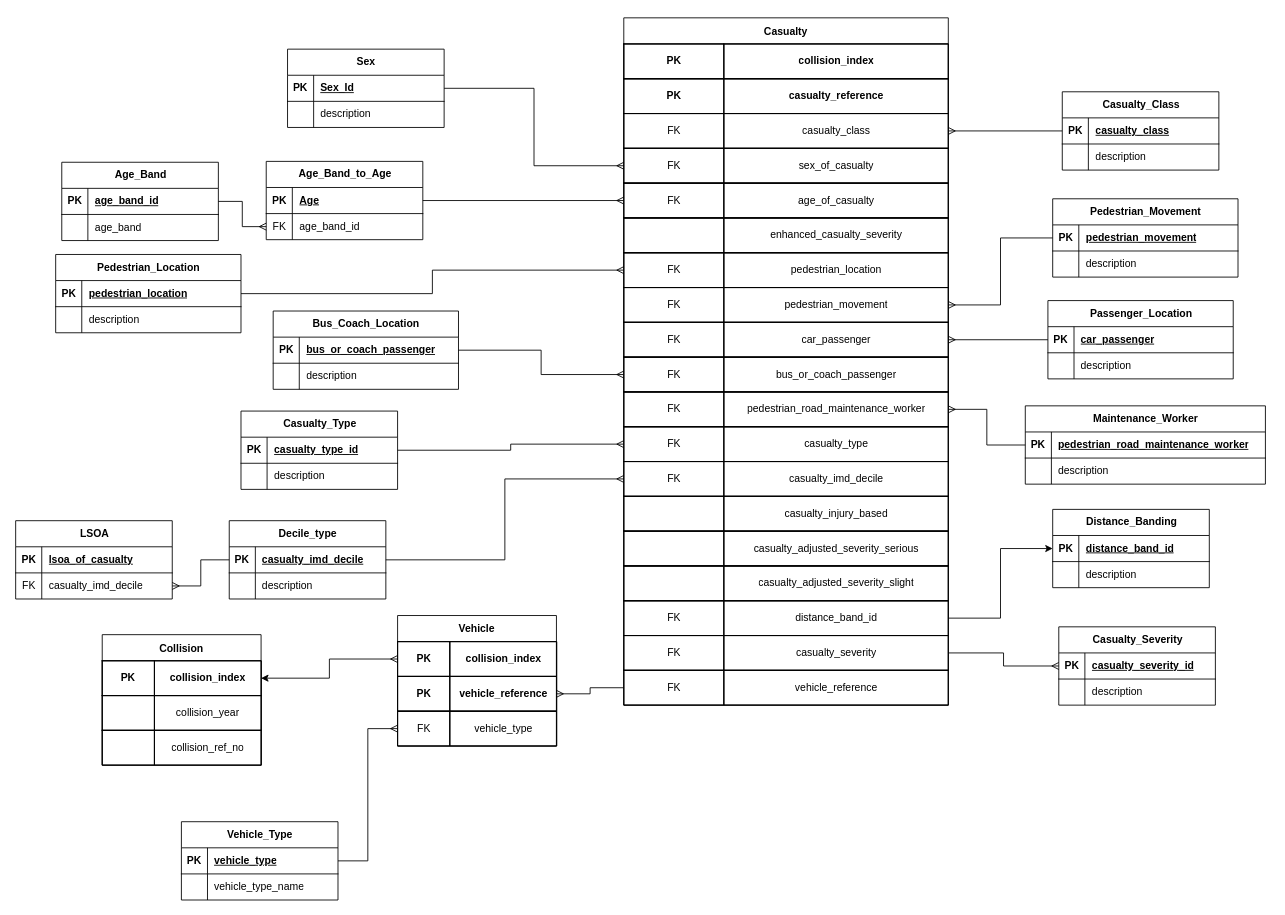
The draw.io diagram COM00148M_Big_Data_Analytics/summative_assignment/erd.drawio in Ttibsi/msc_cs_ai, before the edit. Source tidied: cells renumbered, new cells numbered last; positions are measured from the earlier drawing's top-left corner, leaving out a move shared by most shapes. Both pictures are drawn from the tidied source at 87%, with x=0, y=0 at pixel (15, 17).
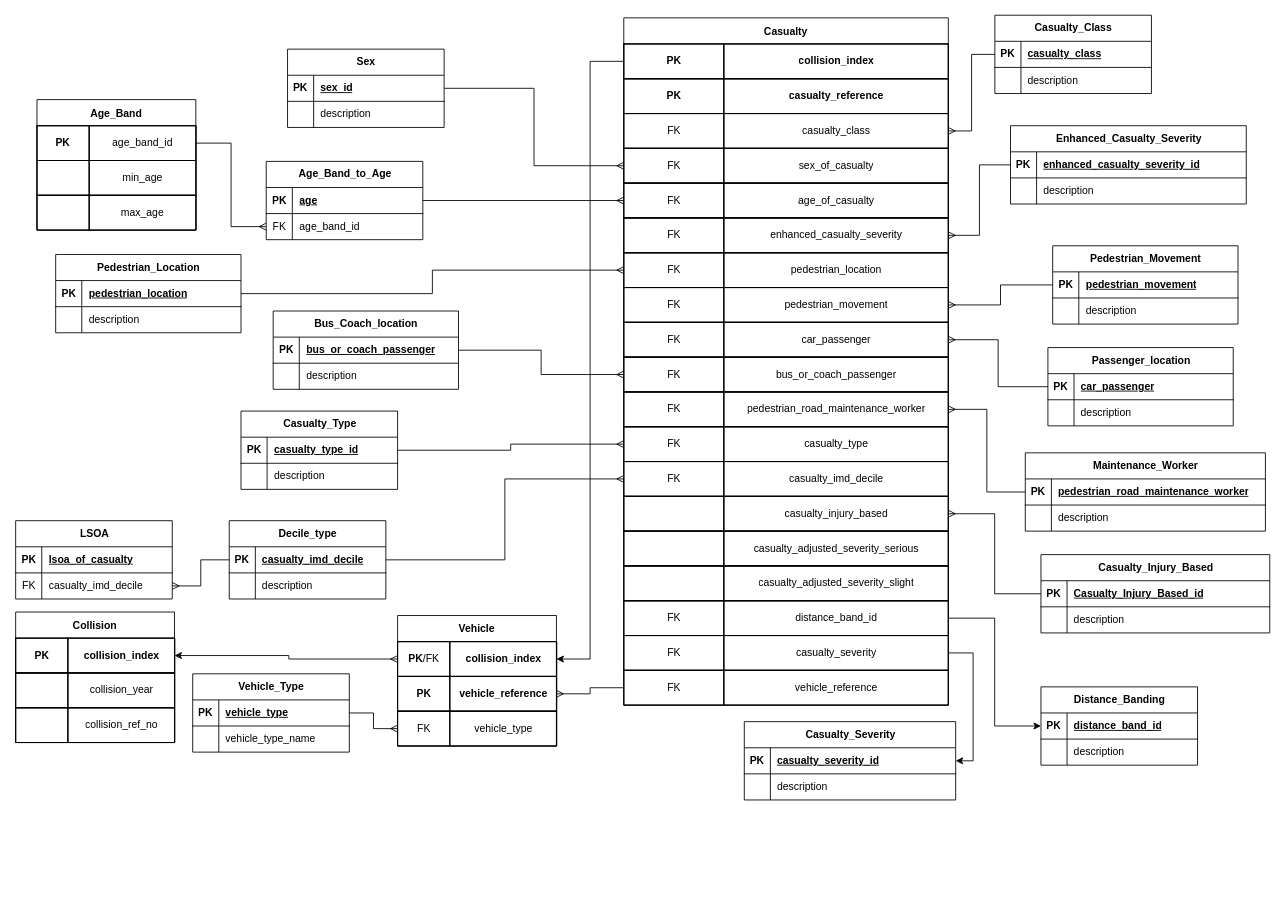
The same diagram, later.

Unchanged cells that the change refers to:
```xml
<mxCell id="88" style="shape=tableRow;horizontal=0;startSize=0;swimlaneHead=0;swimlaneBody=0;fillColor=none;points=[[0,0.5],[1,0.5]];portConstraint=eastwest;top=0;left=0;right=0;bottom=1;" parent="87" vertex="1">
  <mxGeometry y="30" width="180" height="30" as="geometry" />
</mxCell>
<mxCell id="91" style="shape=tableRow;horizontal=0;startSize=0;swimlaneHead=0;swimlaneBody=0;fillColor=none;points=[[0,0.5],[1,0.5]];portConstraint=eastwest;top=0;left=0;right=0;bottom=0;" parent="87" vertex="1">
  <mxGeometry y="60" width="180" height="30" as="geometry" />
</mxCell>
<mxCell id="102" style="shape=tableRow;horizontal=0;startSize=0;swimlaneHead=0;swimlaneBody=0;strokeColor=inherit;fillColor=none;points=[[0,0.5],[1,0.5]];portConstraint=eastwest;fixedHeader=1;" parent="101" vertex="1">
  <mxGeometry y="30" width="182.6" height="40" as="geometry" />
</mxCell>
<mxCell id="113" style="shape=tableRow;horizontal=0;startSize=0;swimlaneHead=0;swimlaneBody=0;strokeColor=inherit;fillColor=none;points=[[0,0.5],[1,0.5]];portConstraint=eastwest;fixedHeader=1;" parent="112" vertex="1">
  <mxGeometry y="30" width="182.6" height="40" as="geometry" />
</mxCell>
<mxCell id="123" style="shape=tableRow;horizontal=0;startSize=0;swimlaneHead=0;swimlaneBody=0;strokeColor=inherit;fillColor=none;points=[[0,0.5],[1,0.5]];portConstraint=eastwest;fixedHeader=1;" parent="122" vertex="1">
  <mxGeometry y="30" width="373" height="40" as="geometry" />
</mxCell>
<mxCell id="138" style="shape=tableRow;horizontal=0;startSize=0;swimlaneHead=0;swimlaneBody=0;strokeColor=inherit;fillColor=none;points=[[0,0.5],[1,0.5]];portConstraint=eastwest;fixedHeader=1;" parent="122" vertex="1">
  <mxGeometry y="230" width="373" height="40" as="geometry" />
</mxCell>
<mxCell id="162" style="shape=tableRow;horizontal=0;startSize=0;swimlaneHead=0;swimlaneBody=0;strokeColor=inherit;fillColor=none;points=[[0,0.5],[1,0.5]];portConstraint=eastwest;fixedHeader=1;" parent="122" vertex="1">
  <mxGeometry y="550" width="373" height="40" as="geometry" />
</mxCell>
<mxCell id="174" style="shape=tableRow;horizontal=0;startSize=0;swimlaneHead=0;swimlaneBody=0;strokeColor=inherit;fillColor=none;points=[[0,0.5],[1,0.5]];portConstraint=eastwest;fixedHeader=1;" parent="122" vertex="1">
  <mxGeometry y="710" width="373" height="40" as="geometry" />
</mxCell>
<mxCell id="181" style="shape=tableRow;horizontal=0;startSize=0;swimlaneHead=0;swimlaneBody=0;fillColor=none;points=[[0,0.5],[1,0.5]];portConstraint=eastwest;top=0;left=0;right=0;bottom=1;" parent="180" vertex="1">
  <mxGeometry y="30" width="180" height="30" as="geometry" />
</mxCell>
```

Diff of the diagram source:
```diff
@@
     <mxCell id="9" value="Distance_Banding" style="shape=table;startSize=30;childLayout=tableLayout;rowLines=0;fontStyle=1;align=center;html=1;" parent="1" vertex="1">
-      <mxGeometry x="1192.5" y="565" width="180" height="90" as="geometry" />
+      <mxGeometry x="1179" y="769" width="180" height="90" as="geometry" />
     </mxCell>
@@
     <mxCell id="24" value="&lt;div&gt;Casualty_Class&lt;/div&gt;" style="shape=table;startSize=30;childLayout=tableLayout;rowLines=0;fontStyle=1;align=center;html=1;" parent="1" vertex="1">
-      <mxGeometry x="1203.5" y="85" width="180" height="90" as="geometry" />
+      <mxGeometry x="1126" y="-3" width="180" height="90" as="geometry" />
     </mxCell>
@@
     <mxCell id="31" value="&lt;div&gt;Casualty_Severity&lt;/div&gt;" style="shape=table;startSize=30;childLayout=tableLayout;rowLines=0;fontStyle=1;align=center;html=1;" parent="1" vertex="1">
-      <mxGeometry x="1199.5" y="700" width="180" height="90" as="geometry" />
+      <mxGeometry x="838" y="809" width="243" height="90" as="geometry" />
     </mxCell>
     <mxCell id="32" style="shape=tableRow;horizontal=0;startSize=0;swimlaneHead=0;swimlaneBody=0;fillColor=none;points=[[0,0.5],[1,0.5]];portConstraint=eastwest;top=0;left=0;right=0;bottom=1;" parent="31" vertex="1">
-      <mxGeometry y="30" width="180" height="30" as="geometry" />
+      <mxGeometry y="30" width="243" height="30" as="geometry" />
     </mxCell>
@@
     <mxCell id="34" value="casualty_severity_id" style="shape=partialRectangle;fillColor=none;top=0;left=0;bottom=0;right=0;align=left;spacingLeft=6;fontStyle=5;overflow=hidden;whiteSpace=wrap;html=1;" parent="32" vertex="1">
-      <mxGeometry x="30" width="150" height="30" as="geometry" />
+      <mxGeometry x="30" width="213" height="30" as="geometry" />
     </mxCell>
     <mxCell id="35" style="shape=tableRow;horizontal=0;startSize=0;swimlaneHead=0;swimlaneBody=0;fillColor=none;top=0;left=0;right=0;bottom=0;" parent="31" vertex="1">
-      <mxGeometry y="60" width="180" height="30" as="geometry" />
+      <mxGeometry y="60" width="243" height="30" as="geometry" />
     </mxCell>
@@
     <mxCell id="37" value="description" style="shape=partialRectangle;fillColor=none;top=0;left=0;bottom=0;right=0;align=left;spacingLeft=6;overflow=hidden;whiteSpace=wrap;html=1;" parent="35" vertex="1">
-      <mxGeometry x="30" width="150" height="30" as="geometry" />
+      <mxGeometry x="30" width="213" height="30" as="geometry" />
     </mxCell>
@@
     <mxCell id="45" value="&lt;div&gt;Maintenance_Worker&lt;/div&gt;" style="shape=table;startSize=30;childLayout=tableLayout;rowLines=0;fontStyle=1;align=center;html=1;" parent="1" vertex="1">
-      <mxGeometry x="1161" y="446" width="276" height="90" as="geometry" />
+      <mxGeometry x="1161" y="500" width="276" height="90" as="geometry" />
     </mxCell>
@@
-    <mxCell id="52" value="Bus_Coach_Location" style="shape=table;startSize=30;childLayout=tableLayout;rowLines=0;fontStyle=1;align=center;html=1;" parent="1" vertex="1">
+    <mxCell id="52" value="Bus_Coach_location" style="shape=table;startSize=30;childLayout=tableLayout;rowLines=0;fontStyle=1;align=center;html=1;" parent="1" vertex="1">
       <mxGeometry x="296.5" y="337" width="213" height="90" as="geometry" />
     </mxCell>
@@
-    <mxCell id="59" value="Passenger_Location" style="shape=table;startSize=30;childLayout=tableLayout;rowLines=0;fontStyle=1;align=center;html=1;" parent="1" vertex="1">
-      <mxGeometry x="1187" y="325" width="213" height="90" as="geometry" />
+    <mxCell id="59" value="Passenger_location" style="shape=table;startSize=30;childLayout=tableLayout;rowLines=0;fontStyle=1;align=center;html=1;" parent="1" vertex="1">
+      <mxGeometry x="1187" y="379" width="213" height="90" as="geometry" />
     </mxCell>
@@
     <mxCell id="66" value="Pedestrian_Movement" style="shape=table;startSize=30;childLayout=tableLayout;rowLines=0;fontStyle=1;align=center;html=1;" parent="1" vertex="1">
-      <mxGeometry x="1192.5" y="208" width="213" height="90" as="geometry" />
+      <mxGeometry x="1192.5" y="262" width="213" height="90" as="geometry" />
     </mxCell>
@@
-    <mxCell id="80" value="Age_Band" style="shape=table;startSize=30;childLayout=tableLayout;rowLines=0;fontStyle=1;align=center;html=1;" parent="1" vertex="1">
-      <mxGeometry x="53.5" y="166" width="180" height="90" as="geometry" />
-    </mxCell>
-    <mxCell id="81" style="shape=tableRow;horizontal=0;startSize=0;swimlaneHead=0;swimlaneBody=0;fillColor=none;points=[[0,0.5],[1,0.5]];portConstraint=eastwest;top=0;left=0;right=0;bottom=1;" parent="80" vertex="1">
-      <mxGeometry y="30" width="180" height="30" as="geometry" />
-    </mxCell>
-    <mxCell id="82" value="PK" style="shape=partialRectangle;fillColor=none;top=0;left=0;bottom=0;right=0;fontStyle=1;overflow=hidden;whiteSpace=wrap;html=1;" parent="81" vertex="1">
-      <mxGeometry width="30" height="30" as="geometry" />
-    </mxCell>
-    <mxCell id="83" value="age_band_id" style="shape=partialRectangle;fillColor=none;top=0;left=0;bottom=0;right=0;align=left;spacingLeft=6;fontStyle=5;overflow=hidden;whiteSpace=wrap;html=1;" parent="81" vertex="1">
-      <mxGeometry x="30" width="150" height="30" as="geometry" />
-    </mxCell>
-    <mxCell id="84" style="shape=tableRow;horizontal=0;startSize=0;swimlaneHead=0;swimlaneBody=0;fillColor=none;top=0;left=0;right=0;bottom=0;" parent="80" vertex="1">
-      <mxGeometry y="60" width="180" height="30" as="geometry" />
-    </mxCell>
-    <mxCell id="85" style="shape=partialRectangle;fillColor=none;top=0;left=0;bottom=0;right=0;overflow=hidden;whiteSpace=wrap;html=1;" parent="84" vertex="1">
-      <mxGeometry width="30" height="30" as="geometry" />
-    </mxCell>
-    <mxCell id="86" value="age_band" style="shape=partialRectangle;fillColor=none;top=0;left=0;bottom=0;right=0;align=left;spacingLeft=6;overflow=hidden;whiteSpace=wrap;html=1;" parent="84" vertex="1">
-      <mxGeometry x="30" width="150" height="30" as="geometry" />
-    </mxCell>
@@
-    <mxCell id="90" value="Age" style="shape=partialRectangle;fillColor=none;top=0;left=0;bottom=0;right=0;align=left;spacingLeft=6;fontStyle=5;overflow=hidden;whiteSpace=wrap;html=1;" parent="88" vertex="1">
+    <mxCell id="90" value="&lt;div&gt;age&lt;/div&gt;" style="shape=partialRectangle;fillColor=none;top=0;left=0;bottom=0;right=0;align=left;spacingLeft=6;fontStyle=5;overflow=hidden;whiteSpace=wrap;html=1;" parent="88" vertex="1">
       <mxGeometry x="30" width="150" height="30" as="geometry" />
     </mxCell>
@@
     <mxCell id="94" value="Vehicle_Type" style="shape=table;startSize=30;childLayout=tableLayout;rowLines=0;fontStyle=1;align=center;html=1;" parent="1" vertex="1">
-      <mxGeometry x="191" y="924" width="180" height="90" as="geometry" />
+      <mxGeometry x="204" y="754" width="180" height="90" as="geometry" />
     </mxCell>
@@
-    <mxCell id="103" value="&lt;b&gt;PK&lt;/b&gt;" style="shape=partialRectangle;html=1;whiteSpace=wrap;strokeColor=inherit;overflow=hidden;fillColor=none;" parent="102" vertex="1">
+    <mxCell id="103" value="&lt;b&gt;PK&lt;/b&gt;/FK" style="shape=partialRectangle;html=1;whiteSpace=wrap;strokeColor=inherit;overflow=hidden;fillColor=none;" parent="102" vertex="1">
       <mxGeometry width="60" height="40" as="geometry" />
     </mxCell>
@@
     <mxCell id="112" value="Collision" style="shape=table;startSize=30;childLayout=tableLayout;fixedHeader=1;tableRender=collapsed;fontStyle=1;" parent="1" vertex="1">
-      <mxGeometry x="100" y="709" width="182.6" height="150" as="geometry" />
+      <mxGeometry x="0.5" y="683" width="182.6" height="150" as="geometry" />
     </mxCell>
@@
-    <mxCell id="139" style="shape=partialRectangle;html=1;whiteSpace=wrap;strokeColor=inherit;overflow=hidden;fillColor=none;" parent="138" vertex="1">
+    <mxCell id="139" value="FK" style="shape=partialRectangle;html=1;whiteSpace=wrap;strokeColor=inherit;overflow=hidden;fillColor=none;" parent="138" vertex="1">
       <mxGeometry width="115" height="40" as="geometry" />
     </mxCell>
@@
-    <mxCell id="183" value="Sex_Id" style="shape=partialRectangle;fillColor=none;top=0;left=0;bottom=0;right=0;align=left;spacingLeft=6;fontStyle=5;overflow=hidden;whiteSpace=wrap;html=1;" parent="181" vertex="1">
+    <mxCell id="183" value="sex_id" style="shape=partialRectangle;fillColor=none;top=0;left=0;bottom=0;right=0;align=left;spacingLeft=6;fontStyle=5;overflow=hidden;whiteSpace=wrap;html=1;" parent="181" vertex="1">
       <mxGeometry x="30" width="150" height="30" as="geometry" />
     </mxCell>
@@
-    <mxCell id="189" style="edgeStyle=orthogonalEdgeStyle;rounded=0;jettySize=auto;html=1;exitX=0;exitY=0.5;exitDx=0;exitDy=0;entryX=1;entryY=0.5;entryDx=0;entryDy=0;defaultLabelBackgroundColor=page;endArrow=none;endFill=0;startArrow=ERmany;startFill=0;" parent="1" edge="1" source="91" target="81">
-      <mxGeometry relative="1" as="geometry" />
-    </mxCell>
@@
-    <mxCell id="199" style="edgeStyle=orthogonalEdgeStyle;rounded=0;jettySize=auto;html=1;exitX=1;exitY=0.5;exitDx=0;exitDy=0;entryX=0;entryY=0.5;entryDx=0;entryDy=0;defaultLabelBackgroundColor=page;endArrow=ERmany;endFill=0;" parent="1" edge="1" source="174" target="32">
-      <mxGeometry relative="1" as="geometry" />
-    </mxCell>
     <mxCell id="200" style="edgeStyle=orthogonalEdgeStyle;rounded=0;jettySize=auto;html=1;exitX=1;exitY=0.5;exitDx=0;exitDy=0;entryX=0;entryY=0.5;entryDx=0;entryDy=0;defaultLabelBackgroundColor=page;startArrow=classic;startFill=1;endArrow=ERmany;endFill=0;" parent="1" edge="1" source="113" target="102">
-      <mxGeometry relative="1" as="geometry" />
+      <mxGeometry relative="1" as="geometry">
+        <Array as="points">
+          <mxPoint x="314.5" y="733" />
+          <mxPoint x="314.5" y="737" />
+        </Array>
+      </mxGeometry>
     </mxCell>
@@
+    <mxCell id="80" value="Age_Band" style="shape=table;startSize=30;childLayout=tableLayout;fixedHeader=1;tableRender=collapsed;fontStyle=1;" parent="1" vertex="1">
+      <mxGeometry x="25" y="94" width="182.6" height="150" as="geometry" />
+    </mxCell>
+    <mxCell id="202" style="shape=tableRow;horizontal=0;startSize=0;swimlaneHead=0;swimlaneBody=0;strokeColor=inherit;fillColor=none;points=[[0,0.5],[1,0.5]];portConstraint=eastwest;fixedHeader=1;" parent="80" vertex="1">
+      <mxGeometry y="30" width="182.6" height="40" as="geometry" />
+    </mxCell>
+    <mxCell id="203" value="&lt;b&gt;PK&lt;/b&gt;" style="shape=partialRectangle;html=1;whiteSpace=wrap;strokeColor=inherit;overflow=hidden;fillColor=none;" parent="202" vertex="1">
+      <mxGeometry width="60" height="40" as="geometry" />
+    </mxCell>
+    <mxCell id="83" value="age_band_id" style="shape=partialRectangle;html=1;whiteSpace=wrap;strokeColor=inherit;overflow=hidden;fillColor=none;" parent="202" vertex="1">
+      <mxGeometry x="60" width="123" height="40" as="geometry" />
+    </mxCell>
+    <mxCell id="204" style="shape=tableRow;horizontal=0;startSize=0;swimlaneHead=0;swimlaneBody=0;strokeColor=inherit;fillColor=none;fixedHeader=1;" parent="80" vertex="1">
+      <mxGeometry y="70" width="182.6" height="40" as="geometry" />
+    </mxCell>
+    <mxCell id="205" style="shape=partialRectangle;html=1;whiteSpace=wrap;strokeColor=inherit;overflow=hidden;fillColor=none;" parent="204" vertex="1">
+      <mxGeometry width="60" height="40" as="geometry" />
+    </mxCell>
+    <mxCell id="206" value="min_age" style="shape=partialRectangle;html=1;whiteSpace=wrap;strokeColor=inherit;overflow=hidden;fillColor=none;" parent="204" vertex="1">
+      <mxGeometry x="60" width="123" height="40" as="geometry" />
+    </mxCell>
+    <mxCell id="207" style="shape=tableRow;horizontal=0;startSize=0;swimlaneHead=0;swimlaneBody=0;strokeColor=inherit;fillColor=none;fixedHeader=1;" parent="80" vertex="1">
+      <mxGeometry y="110" width="182.6" height="40" as="geometry" />
+    </mxCell>
+    <mxCell id="208" style="shape=partialRectangle;html=1;whiteSpace=wrap;strokeColor=inherit;overflow=hidden;fillColor=none;" parent="207" vertex="1">
+      <mxGeometry width="60" height="40" as="geometry" />
+    </mxCell>
+    <mxCell id="209" value="max_age" style="shape=partialRectangle;html=1;whiteSpace=wrap;strokeColor=inherit;overflow=hidden;fillColor=none;" parent="207" vertex="1">
+      <mxGeometry x="60" width="123" height="40" as="geometry" />
+    </mxCell>
+    <mxCell id="210" style="edgeStyle=orthogonalEdgeStyle;rounded=0;jettySize=auto;html=1;exitX=1;exitY=0.5;exitDx=0;exitDy=0;defaultLabelBackgroundColor=page;endArrow=ERmany;endFill=0;" parent="1" edge="1" source="202" target="91">
+      <mxGeometry relative="1" as="geometry" />
+    </mxCell>
+    <mxCell id="211" style="edgeStyle=orthogonalEdgeStyle;rounded=0;jettySize=auto;html=1;exitX=0;exitY=0.5;exitDx=0;exitDy=0;entryX=1;entryY=0.5;entryDx=0;entryDy=0;defaultLabelBackgroundColor=page;" parent="1" edge="1" source="123" target="102">
+      <mxGeometry relative="1" as="geometry" />
+    </mxCell>
+    <mxCell id="212" value="Enhanced_Casualty_Severity" style="shape=table;startSize=30;childLayout=tableLayout;rowLines=0;fontStyle=1;align=center;html=1;" parent="1" vertex="1">
+      <mxGeometry x="1144" y="124" width="271" height="90" as="geometry" />
+    </mxCell>
+    <mxCell id="213" style="shape=tableRow;horizontal=0;startSize=0;swimlaneHead=0;swimlaneBody=0;fillColor=none;points=[[0,0.5],[1,0.5]];portConstraint=eastwest;top=0;left=0;right=0;bottom=1;" parent="212" vertex="1">
+      <mxGeometry y="30" width="271" height="30" as="geometry" />
+    </mxCell>
+    <mxCell id="214" value="PK" style="shape=partialRectangle;fillColor=none;top=0;left=0;bottom=0;right=0;fontStyle=1;overflow=hidden;whiteSpace=wrap;html=1;" parent="213" vertex="1">
+      <mxGeometry width="30" height="30" as="geometry" />
+    </mxCell>
+    <mxCell id="215" value="enhanced_casualty_severity_id" style="shape=partialRectangle;fillColor=none;top=0;left=0;bottom=0;right=0;align=left;spacingLeft=6;fontStyle=5;overflow=hidden;whiteSpace=wrap;html=1;" parent="213" vertex="1">
+      <mxGeometry x="30" width="241" height="30" as="geometry" />
+    </mxCell>
+    <mxCell id="216" style="shape=tableRow;horizontal=0;startSize=0;swimlaneHead=0;swimlaneBody=0;fillColor=none;top=0;left=0;right=0;bottom=0;" parent="212" vertex="1">
+      <mxGeometry y="60" width="271" height="30" as="geometry" />
+    </mxCell>
+    <mxCell id="217" style="shape=partialRectangle;fillColor=none;top=0;left=0;bottom=0;right=0;overflow=hidden;whiteSpace=wrap;html=1;" parent="216" vertex="1">
+      <mxGeometry width="30" height="30" as="geometry" />
+    </mxCell>
+    <mxCell id="218" value="description" style="shape=partialRectangle;fillColor=none;top=0;left=0;bottom=0;right=0;align=left;spacingLeft=6;overflow=hidden;whiteSpace=wrap;html=1;" parent="216" vertex="1">
+      <mxGeometry x="30" width="241" height="30" as="geometry" />
+    </mxCell>
+    <mxCell id="219" style="edgeStyle=orthogonalEdgeStyle;rounded=0;jettySize=auto;html=1;exitX=0;exitY=0.5;exitDx=0;exitDy=0;entryX=1;entryY=0.5;entryDx=0;entryDy=0;defaultLabelBackgroundColor=page;endArrow=ERmany;endFill=0;" parent="1" edge="1" source="213" target="138">
+      <mxGeometry relative="1" as="geometry" />
+    </mxCell>
+    <mxCell id="199" style="edgeStyle=orthogonalEdgeStyle;rounded=0;jettySize=auto;html=1;exitX=1;exitY=0.5;exitDx=0;exitDy=0;entryX=1;entryY=0.5;entryDx=0;entryDy=0;defaultLabelBackgroundColor=page;" parent="1" edge="1" source="174" target="32">
+      <mxGeometry relative="1" as="geometry" />
+    </mxCell>
+    <mxCell id="220" value="Casualty_Injury_Based" style="shape=table;startSize=30;childLayout=tableLayout;rowLines=0;fontStyle=1;align=center;html=1;" parent="1" vertex="1">
+      <mxGeometry x="1179" y="617" width="263" height="90" as="geometry" />
+    </mxCell>
+    <mxCell id="221" style="shape=tableRow;horizontal=0;startSize=0;swimlaneHead=0;swimlaneBody=0;fillColor=none;points=[[0,0.5],[1,0.5]];portConstraint=eastwest;top=0;left=0;right=0;bottom=1;" parent="220" vertex="1">
+      <mxGeometry y="30" width="263" height="30" as="geometry" />
+    </mxCell>
+    <mxCell id="222" value="PK" style="shape=partialRectangle;fillColor=none;top=0;left=0;bottom=0;right=0;fontStyle=1;overflow=hidden;whiteSpace=wrap;html=1;" parent="221" vertex="1">
+      <mxGeometry width="30" height="30" as="geometry" />
+    </mxCell>
+    <mxCell id="223" value="Casualty_Injury_Based_id" style="shape=partialRectangle;fillColor=none;top=0;left=0;bottom=0;right=0;align=left;spacingLeft=6;fontStyle=5;overflow=hidden;whiteSpace=wrap;html=1;" parent="221" vertex="1">
+      <mxGeometry x="30" width="233" height="30" as="geometry" />
+    </mxCell>
+    <mxCell id="224" style="shape=tableRow;horizontal=0;startSize=0;swimlaneHead=0;swimlaneBody=0;fillColor=none;top=0;left=0;right=0;bottom=0;" parent="220" vertex="1">
+      <mxGeometry y="60" width="263" height="30" as="geometry" />
+    </mxCell>
+    <mxCell id="225" style="shape=partialRectangle;fillColor=none;top=0;left=0;bottom=0;right=0;overflow=hidden;whiteSpace=wrap;html=1;" parent="224" vertex="1">
+      <mxGeometry width="30" height="30" as="geometry" />
+    </mxCell>
+    <mxCell id="226" value="description" style="shape=partialRectangle;fillColor=none;top=0;left=0;bottom=0;right=0;align=left;spacingLeft=6;overflow=hidden;whiteSpace=wrap;html=1;" parent="224" vertex="1">
+      <mxGeometry x="30" width="233" height="30" as="geometry" />
+    </mxCell>
+    <mxCell id="227" style="edgeStyle=orthogonalEdgeStyle;rounded=0;jettySize=auto;html=1;exitX=1;exitY=0.5;exitDx=0;exitDy=0;entryX=0;entryY=0.5;entryDx=0;entryDy=0;defaultLabelBackgroundColor=page;endArrow=none;endFill=0;startArrow=ERmany;startFill=0;" parent="1" edge="1" source="162" target="221">
+      <mxGeometry relative="1" as="geometry" />
+    </mxCell>
```
